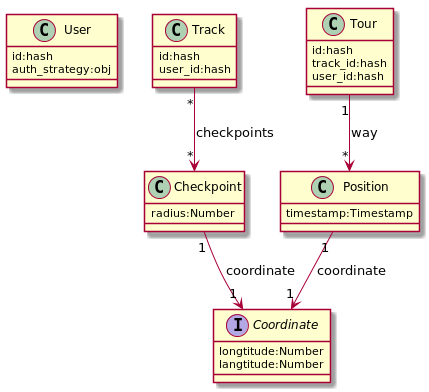
Before: specification/model.png, a diagram exported from PlantUML (46656C6978/TUC-Racer-Webinterface). The source it was exported from:
```plantuml
@startuml

class User {
id:hash
auth_strategy:obj
}

class Track {
id:hash
user_id:hash
}

class Checkpoint {
radius:Number
}

class Tour {
id:hash
track_id:hash
user_id:hash
}

class Position {
timestamp:Timestamp
}

interface Coordinate {
longtitude:Number
langtitude:Number
}

Track "*" --> "*" Checkpoint:checkpoints
Tour "1" --> "*" Position:way

Checkpoint "1" --> "1" Coordinate:coordinate
Position "1" --> "1" Coordinate:coordinate

@enduml
```
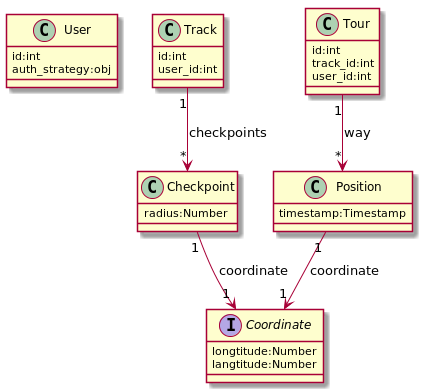
After the change.

Change to the diagram source:
```diff
@@ -1,13 +1,13 @@
 @startuml
 
 class User {
-id:hash
+id:int
 auth_strategy:obj
 }
 
 class Track {
-id:hash
-user_id:hash
+id:int
+user_id:int
 }
 
 class Checkpoint {
@@ -15,9 +15,9 @@
 }
 
 class Tour {
-id:hash
-track_id:hash
-user_id:hash
+id:int
+track_id:int
+user_id:int
 }
 
 class Position {
@@ -29,7 +29,7 @@
 langtitude:Number
 }
 
-Track "*" --> "*" Checkpoint:checkpoints
+Track "1" --> "*" Checkpoint:checkpoints
 Tour "1" --> "*" Position:way
 
 Checkpoint "1" --> "1" Coordinate:coordinate
```
